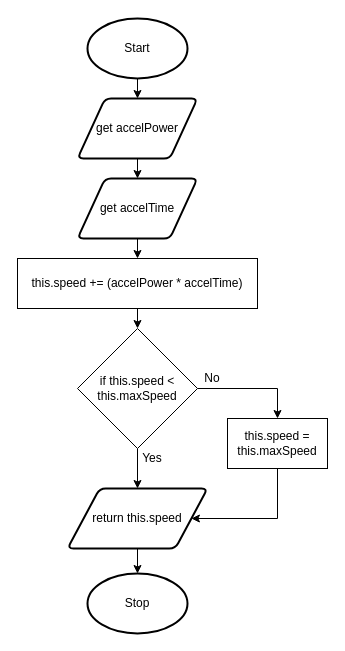
This is drawio/accelerate.drawio from Aidan-Lalonde-Novales/ics4u-unit2-07-typescript, a draw.io file, before an edit. Source tidied: cells renumbered, new cells numbered last; positions are measured from the earlier drawing's top-left corner, leaving out a move shared by most shapes. Both pictures are drawn from the tidied source at 100%, with x=0, y=0 at pixel (17, 18).
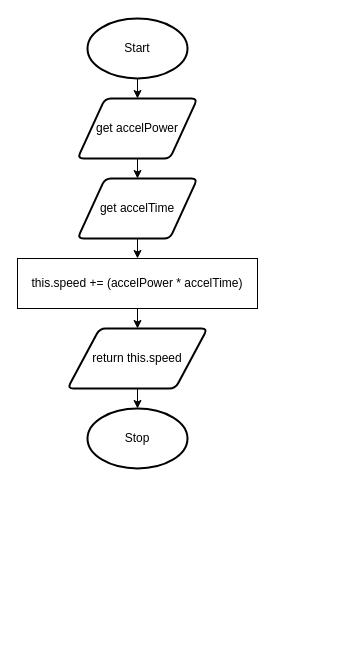
The same page after the edit.

Change to the diagram source:
```diff
@@
     <mxCell id="6" value="Stop" style="strokeWidth=2;html=1;shape=mxgraph.flowchart.start_1;whiteSpace=wrap;" parent="1" vertex="1">
-      <mxGeometry x="70" y="555" width="100" height="60" as="geometry" />
+      <mxGeometry x="70" y="390" width="100" height="60" as="geometry" />
     </mxCell>
@@
     <mxCell id="8" value="return this.speed" style="shape=parallelogram;html=1;strokeWidth=2;perimeter=parallelogramPerimeter;whiteSpace=wrap;rounded=1;arcSize=12;size=0.23;" parent="1" vertex="1">
-      <mxGeometry x="50" y="470" width="140" height="60" as="geometry" />
+      <mxGeometry x="50" y="310" width="140" height="60" as="geometry" />
     </mxCell>
-    <mxCell id="9" style="edgeStyle=none;html=1;exitX=0.5;exitY=1;exitDx=0;exitDy=0;entryX=0.5;entryY=0;entryDx=0;entryDy=0;" parent="1" edge="1" target="15">
+    <mxCell id="9" style="edgeStyle=none;html=1;exitX=0.5;exitY=1;exitDx=0;exitDy=0;entryX=0.5;entryY=0;entryDx=0;entryDy=0;" parent="1" edge="1">
       <mxGeometry relative="1" as="geometry">
         <mxPoint x="120" y="290" as="sourcePoint" />
+        <mxPoint x="120" y="310" as="targetPoint" />
       </mxGeometry>
     </mxCell>
@@
-    <mxCell id="13" style="edgeStyle=none;html=1;exitX=0.5;exitY=1;exitDx=0;exitDy=0;entryX=0.5;entryY=0;entryDx=0;entryDy=0;" parent="1" edge="1" source="15" target="8">
-      <mxGeometry relative="1" as="geometry" />
-    </mxCell>
-    <mxCell id="14" style="edgeStyle=none;html=1;exitX=1;exitY=0.5;exitDx=0;exitDy=0;entryX=0.5;entryY=0;entryDx=0;entryDy=0;rounded=0;" parent="1" edge="1" source="15" target="18">
-      <mxGeometry relative="1" as="geometry">
-        <Array as="points">
-          <mxPoint x="260" y="370" />
-        </Array>
-      </mxGeometry>
-    </mxCell>
-    <mxCell id="15" value="if this.speed &amp;lt; this.maxSpeed" style="rhombus;whiteSpace=wrap;html=1;" parent="1" vertex="1">
-      <mxGeometry x="60" y="310" width="120" height="120" as="geometry" />
-    </mxCell>
-    <mxCell id="16" value="Yes" style="text;html=1;strokeColor=none;fillColor=none;align=center;verticalAlign=middle;whiteSpace=wrap;rounded=0;" parent="1" vertex="1">
-      <mxGeometry x="120" y="430" width="30" height="20" as="geometry" />
-    </mxCell>
-    <mxCell id="17" style="edgeStyle=none;rounded=0;html=1;exitX=0.5;exitY=1;exitDx=0;exitDy=0;entryX=1;entryY=0.5;entryDx=0;entryDy=0;" parent="1" edge="1" source="18" target="8">
-      <mxGeometry relative="1" as="geometry">
-        <Array as="points">
-          <mxPoint x="260" y="500" />
-        </Array>
-      </mxGeometry>
-    </mxCell>
-    <mxCell id="18" value="this.speed = this.maxSpeed" style="rounded=0;whiteSpace=wrap;html=1;" parent="1" vertex="1">
-      <mxGeometry x="210" y="400" width="100" height="50" as="geometry" />
-    </mxCell>
-    <mxCell id="19" value="No" style="text;html=1;strokeColor=none;fillColor=none;align=center;verticalAlign=middle;whiteSpace=wrap;rounded=0;" parent="1" vertex="1">
-      <mxGeometry x="180" y="350" width="30" height="20" as="geometry" />
-    </mxCell>
```
